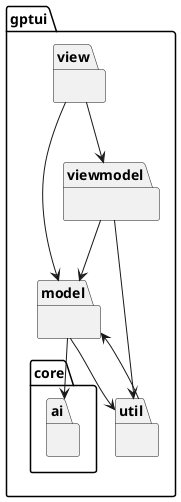
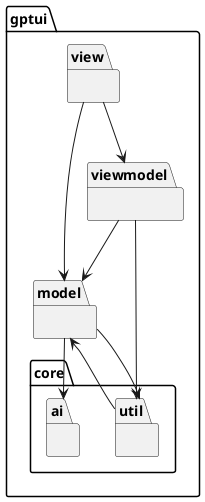
@startuml
'https://plantuml.com/class-diagram

package gptui {
    package core {
        package ai {}
+         package util {}
    }
    package model {}
-     package util {}
    package view {}
    package viewmodel {}
}

view --> viewmodel
view --> model
viewmodel --> model
viewmodel --> util
model --> util
util --> model
model --> ai

@enduml